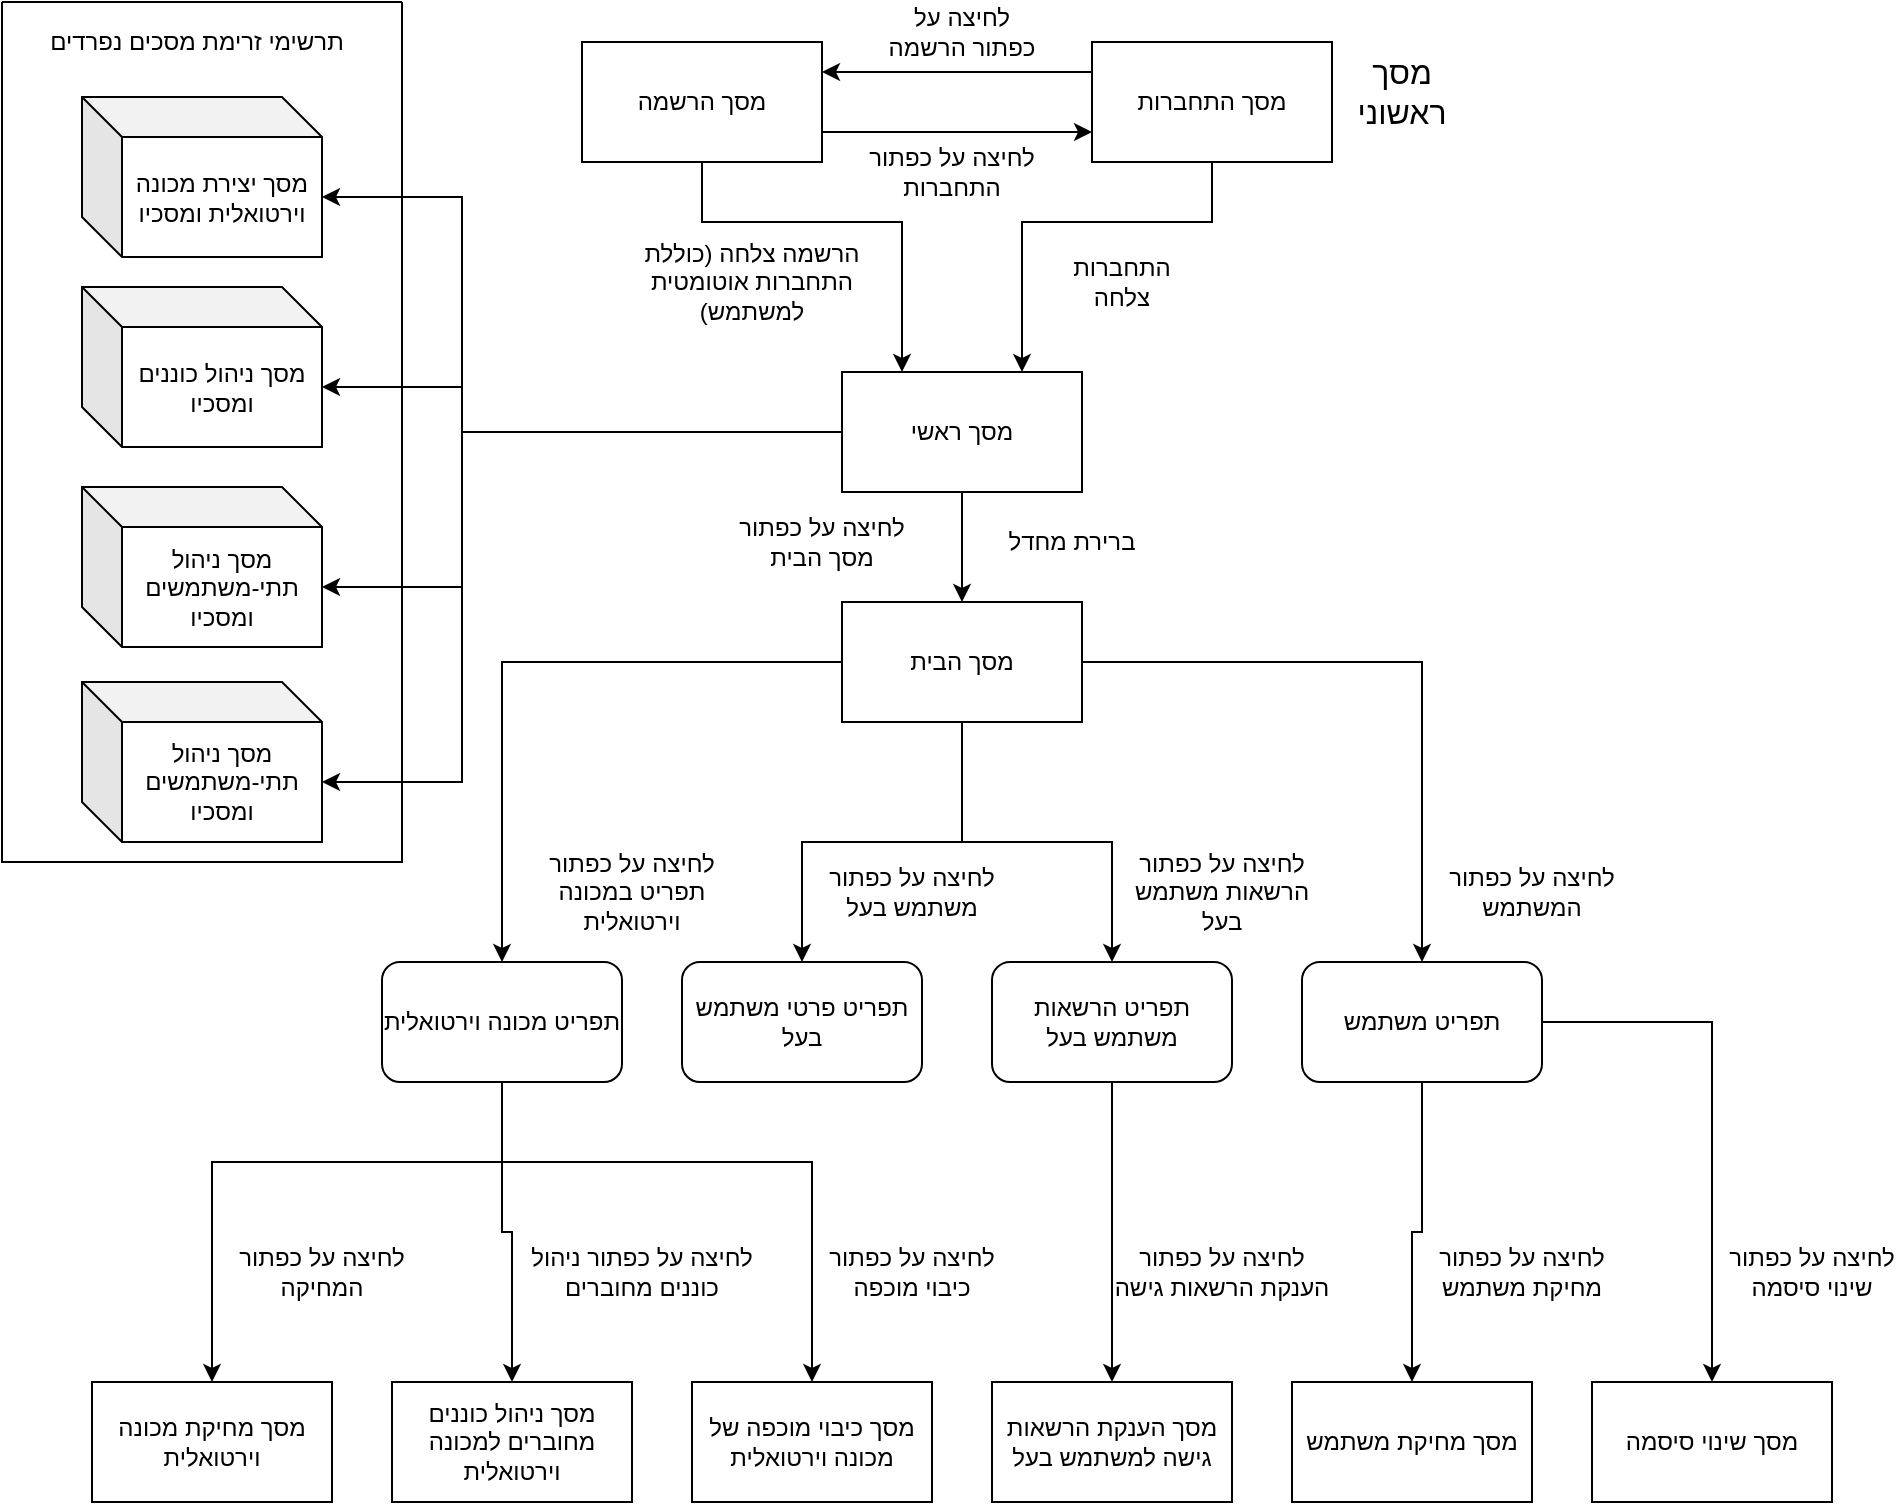
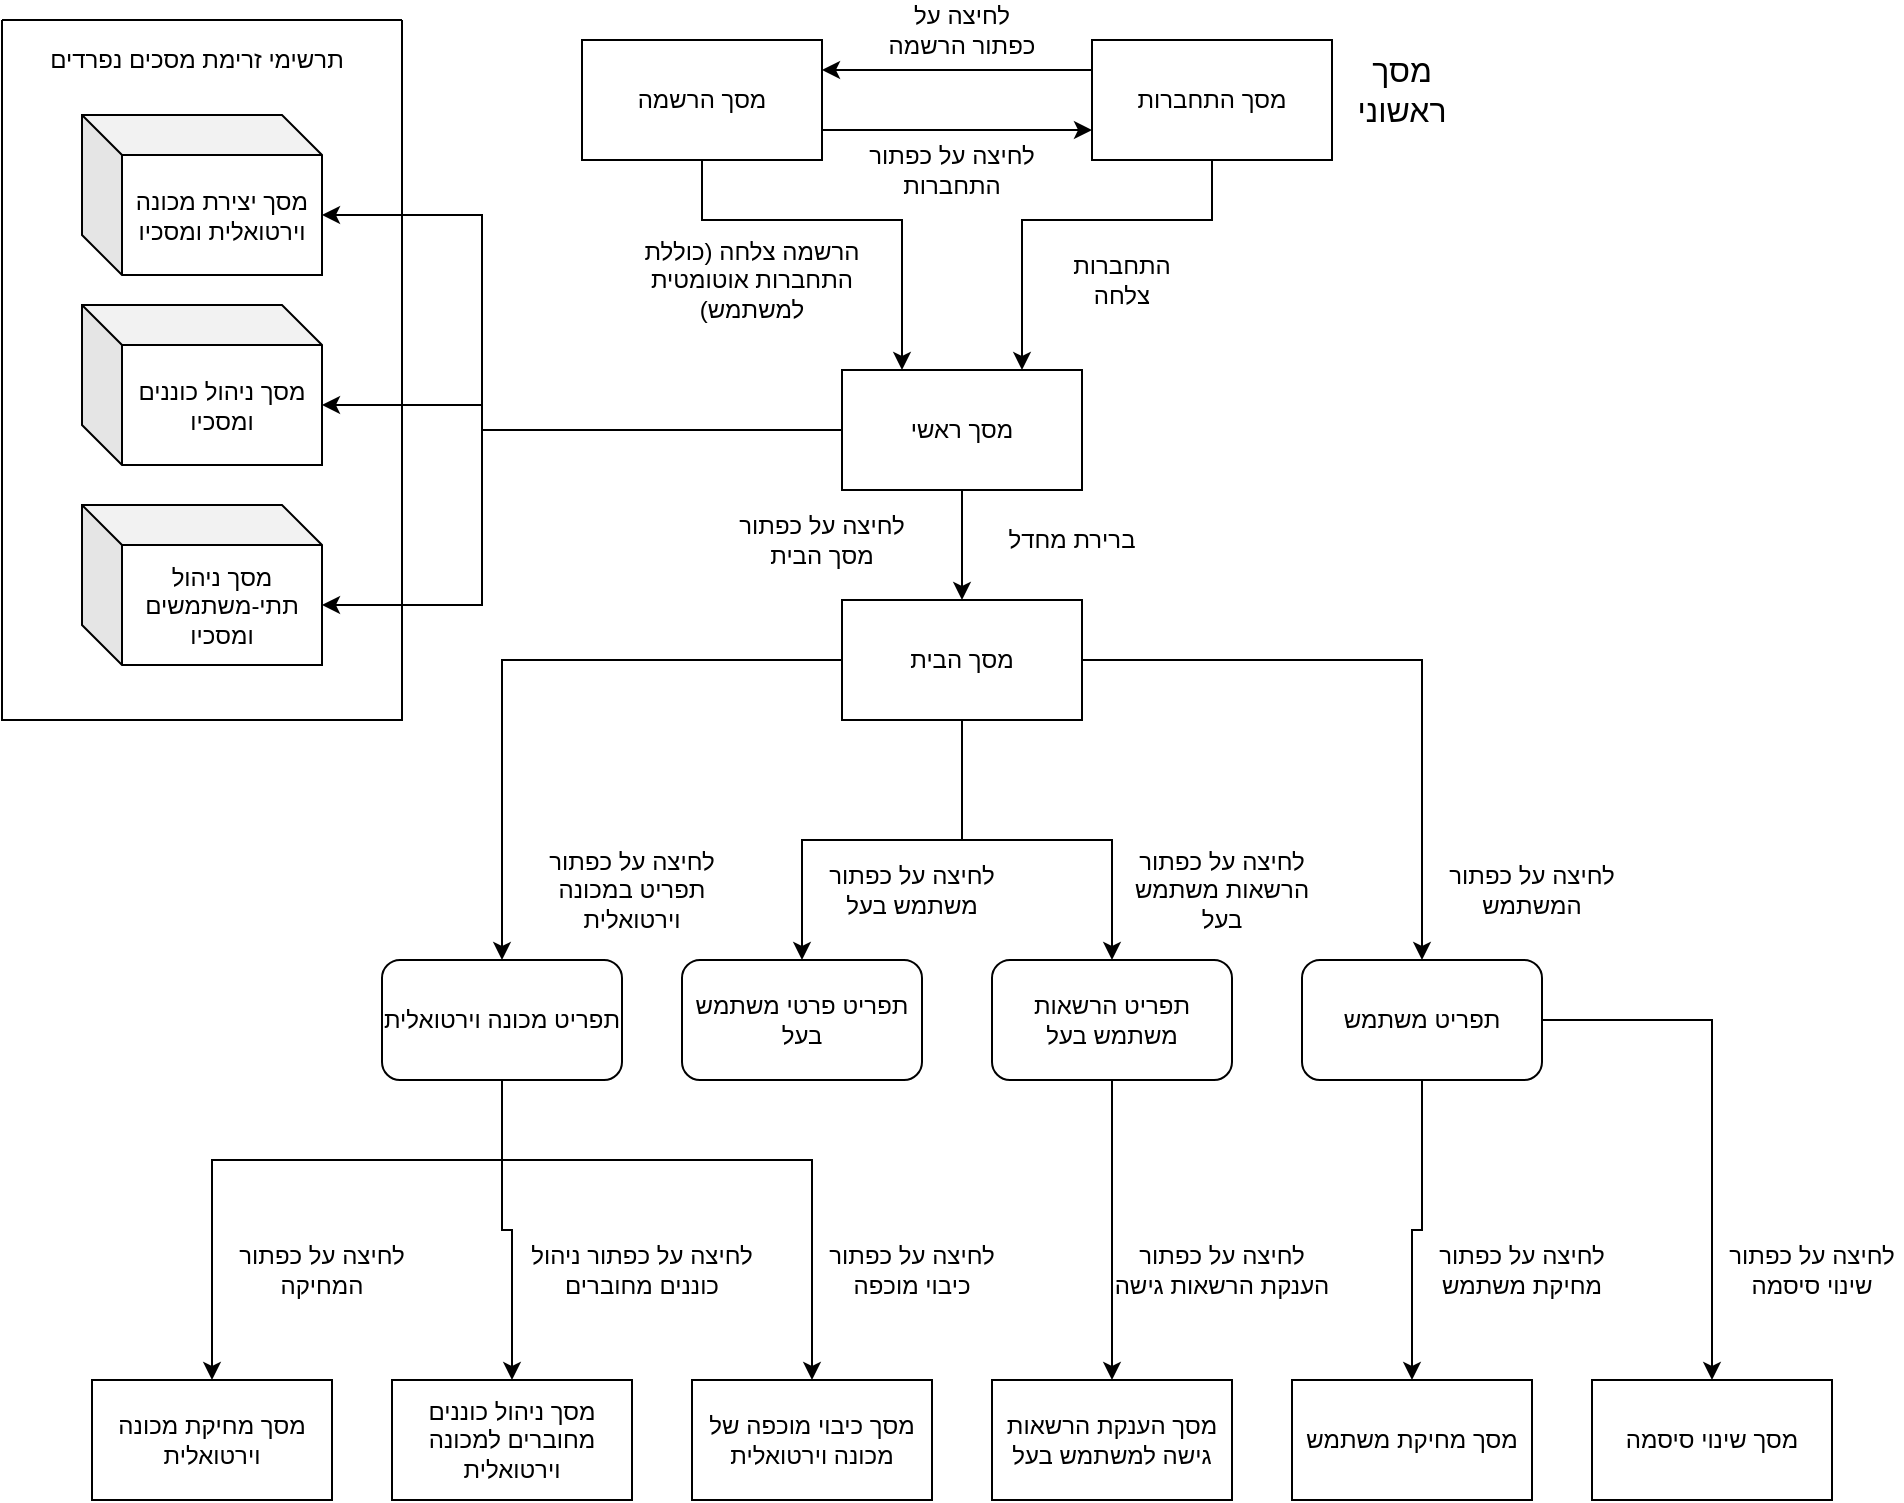
- <mxfile host="app.diagrams.net">
+ <mxfile host="Electron" agent="Mozilla/5.0 (X11; Linux x86_64) AppleWebKit/537.36 (KHTML, like Gecko) draw.io/29.6.1 Chrome/142.0.7444.265 Electron/39.8.9 Safari/537.36" version="29.6.1">
  <diagram name="Page-1" id="vm4KDBKdacqRYPlp-d90">
-     <mxGraphModel dx="2019" dy="661" grid="1" gridSize="10" guides="1" tooltips="1" connect="1" arrows="1" fold="1" page="1" pageScale="1" pageWidth="850" pageHeight="1100" math="0" shadow="0">
+     <mxGraphModel dx="2037" dy="702" grid="1" gridSize="10" guides="1" tooltips="1" connect="1" arrows="1" fold="1" page="1" pageScale="1" pageWidth="850" pageHeight="1100" math="0" shadow="0">
      <root>
        <mxCell id="0" />
        <mxCell id="1" parent="0" />
        <mxCell id="Yq3jS1j8ZDm34-1Xb4UX-23" edge="1" parent="1" source="Yq3jS1j8ZDm34-1Xb4UX-1" style="edgeStyle=orthogonalEdgeStyle;rounded=0;orthogonalLoop=1;jettySize=auto;html=1;exitX=0;exitY=0.25;exitDx=0;exitDy=0;entryX=1;entryY=0.25;entryDx=0;entryDy=0;" target="Yq3jS1j8ZDm34-1Xb4UX-2">
          <mxGeometry relative="1" as="geometry" />
        </mxCell>
        <mxCell id="Yq3jS1j8ZDm34-1Xb4UX-25" edge="1" parent="1" source="Yq3jS1j8ZDm34-1Xb4UX-1" style="edgeStyle=orthogonalEdgeStyle;rounded=0;orthogonalLoop=1;jettySize=auto;html=1;entryX=0.75;entryY=0;entryDx=0;entryDy=0;" target="Yq3jS1j8ZDm34-1Xb4UX-6">
          <mxGeometry relative="1" as="geometry">
            <Array as="points">
              <mxPoint x="365" y="110" />
              <mxPoint x="270" y="110" />
            </Array>
          </mxGeometry>
        </mxCell>
        <mxCell id="Yq3jS1j8ZDm34-1Xb4UX-1" parent="1" style="rounded=0;whiteSpace=wrap;html=1;" value="מסך התחברות" vertex="1">
          <mxGeometry height="60" width="120" x="305" y="20" as="geometry" />
        </mxCell>
        <mxCell id="Yq3jS1j8ZDm34-1Xb4UX-24" edge="1" parent="1" source="Yq3jS1j8ZDm34-1Xb4UX-2" style="edgeStyle=orthogonalEdgeStyle;rounded=0;orthogonalLoop=1;jettySize=auto;html=1;exitX=1;exitY=0.75;exitDx=0;exitDy=0;entryX=0;entryY=0.75;entryDx=0;entryDy=0;" target="Yq3jS1j8ZDm34-1Xb4UX-1">
          <mxGeometry relative="1" as="geometry" />
        </mxCell>
        <mxCell id="Yq3jS1j8ZDm34-1Xb4UX-26" edge="1" parent="1" source="Yq3jS1j8ZDm34-1Xb4UX-2" style="edgeStyle=orthogonalEdgeStyle;rounded=0;orthogonalLoop=1;jettySize=auto;html=1;entryX=0.25;entryY=0;entryDx=0;entryDy=0;" target="Yq3jS1j8ZDm34-1Xb4UX-6">
          <mxGeometry relative="1" as="geometry">
            <Array as="points">
              <mxPoint x="110" y="110" />
              <mxPoint x="210" y="110" />
            </Array>
          </mxGeometry>
        </mxCell>
        <mxCell id="Yq3jS1j8ZDm34-1Xb4UX-2" parent="1" style="rounded=0;whiteSpace=wrap;html=1;" value="מסך הרשמה" vertex="1">
          <mxGeometry height="60" width="120" x="50" y="20" as="geometry" />
        </mxCell>
        <mxCell id="Yq3jS1j8ZDm34-1Xb4UX-5" parent="1" style="text;html=1;whiteSpace=wrap;strokeColor=none;fillColor=none;align=center;verticalAlign=middle;rounded=0;" value="&lt;font style=&quot;font-size: 16px;&quot;&gt;מסך ראשוני&lt;/font&gt;" vertex="1">
          <mxGeometry height="30" width="60" x="430" y="30" as="geometry" />
        </mxCell>
        <mxCell id="Yq3jS1j8ZDm34-1Xb4UX-27" edge="1" parent="1" source="Yq3jS1j8ZDm34-1Xb4UX-6" style="edgeStyle=orthogonalEdgeStyle;rounded=0;orthogonalLoop=1;jettySize=auto;html=1;entryX=0.5;entryY=0;entryDx=0;entryDy=0;" target="Yq3jS1j8ZDm34-1Xb4UX-11">
          <mxGeometry relative="1" as="geometry" />
        </mxCell>
        <mxCell id="Yq3jS1j8ZDm34-1Xb4UX-6" parent="1" style="rounded=0;whiteSpace=wrap;html=1;" value="מסך ראשי" vertex="1">
          <mxGeometry height="60" width="120" x="180" y="185" as="geometry" />
        </mxCell>
        <mxCell id="Yq3jS1j8ZDm34-1Xb4UX-9" parent="1" style="text;html=1;whiteSpace=wrap;strokeColor=none;fillColor=none;align=center;verticalAlign=middle;rounded=0;" value="התחברות צלחה" vertex="1">
          <mxGeometry height="30" width="60" x="290" y="125" as="geometry" />
        </mxCell>
        <mxCell id="Yq3jS1j8ZDm34-1Xb4UX-10" parent="1" style="text;html=1;whiteSpace=wrap;strokeColor=none;fillColor=none;align=center;verticalAlign=middle;rounded=0;" value="הרשמה צלחה (כוללת התחברות אוטומטית למשתמש)" vertex="1">
          <mxGeometry height="30" width="110" x="80" y="125" as="geometry" />
        </mxCell>
        <mxCell id="Yq3jS1j8ZDm34-1Xb4UX-29" edge="1" parent="1" source="Yq3jS1j8ZDm34-1Xb4UX-11" style="edgeStyle=orthogonalEdgeStyle;rounded=0;orthogonalLoop=1;jettySize=auto;html=1;entryX=0.5;entryY=0;entryDx=0;entryDy=0;" target="Yq3jS1j8ZDm34-1Xb4UX-19">
          <mxGeometry relative="1" as="geometry" />
        </mxCell>
        <mxCell id="Yq3jS1j8ZDm34-1Xb4UX-30" edge="1" parent="1" source="Yq3jS1j8ZDm34-1Xb4UX-11" style="edgeStyle=orthogonalEdgeStyle;rounded=0;orthogonalLoop=1;jettySize=auto;html=1;" target="Yq3jS1j8ZDm34-1Xb4UX-17">
          <mxGeometry relative="1" as="geometry" />
        </mxCell>
        <mxCell id="Yq3jS1j8ZDm34-1Xb4UX-35" edge="1" parent="1" source="Yq3jS1j8ZDm34-1Xb4UX-11" style="edgeStyle=orthogonalEdgeStyle;rounded=0;orthogonalLoop=1;jettySize=auto;html=1;entryX=0.5;entryY=0;entryDx=0;entryDy=0;" target="Yq3jS1j8ZDm34-1Xb4UX-20">
          <mxGeometry relative="1" as="geometry" />
        </mxCell>
        <mxCell id="Yq3jS1j8ZDm34-1Xb4UX-38" edge="1" parent="1" source="Yq3jS1j8ZDm34-1Xb4UX-11" style="edgeStyle=orthogonalEdgeStyle;rounded=0;orthogonalLoop=1;jettySize=auto;html=1;entryX=0.5;entryY=0;entryDx=0;entryDy=0;" target="Yq3jS1j8ZDm34-1Xb4UX-36">
          <mxGeometry relative="1" as="geometry" />
        </mxCell>
        <mxCell id="Yq3jS1j8ZDm34-1Xb4UX-11" parent="1" style="rounded=0;whiteSpace=wrap;html=1;" value="מסך הבית" vertex="1">
          <mxGeometry height="60" width="120" x="180" y="300" as="geometry" />
        </mxCell>
        <mxCell id="Yq3jS1j8ZDm34-1Xb4UX-13" parent="1" style="text;html=1;whiteSpace=wrap;strokeColor=none;fillColor=none;align=center;verticalAlign=middle;rounded=0;" value="ברירת מחדל" vertex="1">
          <mxGeometry height="30" width="70" x="260" y="255" as="geometry" />
        </mxCell>
        <mxCell id="Yq3jS1j8ZDm34-1Xb4UX-14" parent="1" style="text;html=1;whiteSpace=wrap;strokeColor=none;fillColor=none;align=center;verticalAlign=middle;rounded=0;" value="לחיצה על כפתור הרשמה" vertex="1">
          <mxGeometry height="30" width="80" x="200" as="geometry" />
        </mxCell>
        <mxCell id="Yq3jS1j8ZDm34-1Xb4UX-15" parent="1" style="text;html=1;whiteSpace=wrap;strokeColor=none;fillColor=none;align=center;verticalAlign=middle;rounded=0;" value="לחיצה על כפתור התחברות" vertex="1">
          <mxGeometry height="30" width="90" x="190" y="70" as="geometry" />
        </mxCell>
        <mxCell id="Yq3jS1j8ZDm34-1Xb4UX-53" edge="1" parent="1" source="Yq3jS1j8ZDm34-1Xb4UX-17" style="edgeStyle=orthogonalEdgeStyle;rounded=0;orthogonalLoop=1;jettySize=auto;html=1;entryX=0.5;entryY=0;entryDx=0;entryDy=0;" target="Yq3jS1j8ZDm34-1Xb4UX-39">
          <mxGeometry relative="1" as="geometry" />
        </mxCell>
        <mxCell id="Yq3jS1j8ZDm34-1Xb4UX-54" edge="1" parent="1" source="Yq3jS1j8ZDm34-1Xb4UX-17" style="edgeStyle=orthogonalEdgeStyle;rounded=0;orthogonalLoop=1;jettySize=auto;html=1;entryX=0.5;entryY=0;entryDx=0;entryDy=0;" target="Yq3jS1j8ZDm34-1Xb4UX-41">
          <mxGeometry relative="1" as="geometry" />
        </mxCell>
        <mxCell id="Yq3jS1j8ZDm34-1Xb4UX-17" parent="1" style="rounded=1;whiteSpace=wrap;html=1;" value="תפריט משתמש" vertex="1">
          <mxGeometry height="60" width="120" x="410" y="480" as="geometry" />
        </mxCell>
        <mxCell id="Yq3jS1j8ZDm34-1Xb4UX-59" edge="1" parent="1" source="Yq3jS1j8ZDm34-1Xb4UX-19" style="edgeStyle=orthogonalEdgeStyle;rounded=0;orthogonalLoop=1;jettySize=auto;html=1;entryX=0.5;entryY=0;entryDx=0;entryDy=0;jumpStyle=arc;" target="Yq3jS1j8ZDm34-1Xb4UX-42">
          <mxGeometry relative="1" as="geometry">
            <Array as="points">
              <mxPoint x="315" y="550" />
              <mxPoint x="315" y="550" />
            </Array>
          </mxGeometry>
        </mxCell>
        <mxCell id="Yq3jS1j8ZDm34-1Xb4UX-19" parent="1" style="rounded=1;whiteSpace=wrap;html=1;" value="תפריט הרשאות משתמש בעל" vertex="1">
          <mxGeometry height="60" width="120" x="255" y="480" as="geometry" />
        </mxCell>
        <mxCell id="Yq3jS1j8ZDm34-1Xb4UX-20" parent="1" style="rounded=1;whiteSpace=wrap;html=1;" value="תפריט פרטי משתמש בעל" vertex="1">
          <mxGeometry height="60" width="120" x="100" y="480" as="geometry" />
        </mxCell>
        <mxCell id="Yq3jS1j8ZDm34-1Xb4UX-31" parent="1" style="text;html=1;whiteSpace=wrap;strokeColor=none;fillColor=none;align=center;verticalAlign=middle;rounded=0;" value="לחיצה על כפתור המשתמש" vertex="1">
          <mxGeometry height="30" width="90" x="480" y="430" as="geometry" />
        </mxCell>
        <mxCell id="Yq3jS1j8ZDm34-1Xb4UX-32" parent="1" style="text;html=1;whiteSpace=wrap;strokeColor=none;fillColor=none;align=center;verticalAlign=middle;rounded=0;" value="לחיצה על כפתור משתמש בעל" vertex="1">
          <mxGeometry height="30" width="90" x="170" y="430" as="geometry" />
        </mxCell>
        <mxCell id="Yq3jS1j8ZDm34-1Xb4UX-33" parent="1" style="text;html=1;whiteSpace=wrap;strokeColor=none;fillColor=none;align=center;verticalAlign=middle;rounded=0;" value="לחיצה על כפתור הרשאות משתמש בעל" vertex="1">
          <mxGeometry height="30" width="100" x="320" y="430" as="geometry" />
        </mxCell>
        <mxCell id="Yq3jS1j8ZDm34-1Xb4UX-64" edge="1" parent="1" source="Yq3jS1j8ZDm34-1Xb4UX-36" style="edgeStyle=orthogonalEdgeStyle;rounded=0;orthogonalLoop=1;jettySize=auto;html=1;entryX=0.5;entryY=0;entryDx=0;entryDy=0;" target="Yq3jS1j8ZDm34-1Xb4UX-43">
          <mxGeometry relative="1" as="geometry">
            <Array as="points">
              <mxPoint x="10" y="580" />
              <mxPoint x="165" y="580" />
            </Array>
          </mxGeometry>
        </mxCell>
        <mxCell id="Yq3jS1j8ZDm34-1Xb4UX-65" edge="1" parent="1" source="Yq3jS1j8ZDm34-1Xb4UX-36" style="edgeStyle=orthogonalEdgeStyle;rounded=0;orthogonalLoop=1;jettySize=auto;html=1;entryX=0.5;entryY=0;entryDx=0;entryDy=0;" target="Yq3jS1j8ZDm34-1Xb4UX-44">
          <mxGeometry relative="1" as="geometry" />
        </mxCell>
        <mxCell id="Yq3jS1j8ZDm34-1Xb4UX-66" edge="1" parent="1" source="Yq3jS1j8ZDm34-1Xb4UX-36" style="edgeStyle=orthogonalEdgeStyle;rounded=0;orthogonalLoop=1;jettySize=auto;html=1;entryX=0.5;entryY=0;entryDx=0;entryDy=0;" target="Yq3jS1j8ZDm34-1Xb4UX-45">
          <mxGeometry relative="1" as="geometry">
            <Array as="points">
              <mxPoint x="10" y="580" />
              <mxPoint x="-135" y="580" />
            </Array>
          </mxGeometry>
        </mxCell>
        <mxCell id="Yq3jS1j8ZDm34-1Xb4UX-36" parent="1" style="rounded=1;whiteSpace=wrap;html=1;" value="תפריט מכונה וירטואלית" vertex="1">
          <mxGeometry height="60" width="120" x="-50" y="480" as="geometry" />
        </mxCell>
        <mxCell id="Yq3jS1j8ZDm34-1Xb4UX-39" parent="1" style="rounded=0;whiteSpace=wrap;html=1;" value="מסך שינוי סיסמה" vertex="1">
          <mxGeometry height="60" width="120" x="555" y="690" as="geometry" />
        </mxCell>
        <mxCell id="Yq3jS1j8ZDm34-1Xb4UX-41" parent="1" style="rounded=0;whiteSpace=wrap;html=1;" value="מסך מחיקת משתמש" vertex="1">
          <mxGeometry height="60" width="120" x="405" y="690" as="geometry" />
        </mxCell>
        <mxCell id="Yq3jS1j8ZDm34-1Xb4UX-42" parent="1" style="rounded=0;whiteSpace=wrap;html=1;" value="מסך הענקת הרשאות גישה למשתמש בעל" vertex="1">
          <mxGeometry height="60" width="120" x="255" y="690" as="geometry" />
        </mxCell>
        <mxCell id="Yq3jS1j8ZDm34-1Xb4UX-43" parent="1" style="rounded=0;whiteSpace=wrap;html=1;" value="מסך כיבוי מוכפה של מכונה וירטואלית" vertex="1">
          <mxGeometry height="60" width="120" x="105" y="690" as="geometry" />
        </mxCell>
        <mxCell id="Yq3jS1j8ZDm34-1Xb4UX-44" parent="1" style="rounded=0;whiteSpace=wrap;html=1;" value="מסך ניהול כוננים מחוברים למכונה וירטואלית" vertex="1">
          <mxGeometry height="60" width="120" x="-45" y="690" as="geometry" />
        </mxCell>
        <mxCell id="Yq3jS1j8ZDm34-1Xb4UX-45" parent="1" style="rounded=0;whiteSpace=wrap;html=1;" value="מסך מחיקת מכונה וירטואלית" vertex="1">
          <mxGeometry height="60" width="120" x="-195" y="690" as="geometry" />
        </mxCell>
        <mxCell id="Yq3jS1j8ZDm34-1Xb4UX-46" parent="1" style="text;html=1;whiteSpace=wrap;strokeColor=none;fillColor=none;align=center;verticalAlign=middle;rounded=0;" value="לחיצה על כפתור תפריט במכונה וירטואלית" vertex="1">
          <mxGeometry height="30" width="110" x="20" y="430" as="geometry" />
        </mxCell>
        <mxCell id="Yq3jS1j8ZDm34-1Xb4UX-55" parent="1" style="text;html=1;whiteSpace=wrap;strokeColor=none;fillColor=none;align=center;verticalAlign=middle;rounded=0;" value="לחיצה על כפתור שינוי סיסמה" vertex="1">
          <mxGeometry height="30" width="90" x="620" y="620" as="geometry" />
        </mxCell>
        <mxCell id="Yq3jS1j8ZDm34-1Xb4UX-58" parent="1" style="text;html=1;whiteSpace=wrap;strokeColor=none;fillColor=none;align=center;verticalAlign=middle;rounded=0;" value="לחיצה על כפתור מחיקת משתמש" vertex="1">
          <mxGeometry height="30" width="100" x="470" y="620" as="geometry" />
        </mxCell>
        <mxCell id="Yq3jS1j8ZDm34-1Xb4UX-60" parent="1" style="text;html=1;whiteSpace=wrap;strokeColor=none;fillColor=none;align=center;verticalAlign=middle;rounded=0;" value="לחיצה על כפתור הענקת הרשאות גישה" vertex="1">
          <mxGeometry height="30" width="110" x="315" y="620" as="geometry" />
        </mxCell>
        <mxCell id="Yq3jS1j8ZDm34-1Xb4UX-67" parent="1" style="text;html=1;whiteSpace=wrap;strokeColor=none;fillColor=none;align=center;verticalAlign=middle;rounded=0;" value="לחיצה על כפתור כיבוי מוכפה" vertex="1">
          <mxGeometry height="30" width="90" x="170" y="620" as="geometry" />
        </mxCell>
        <mxCell id="Yq3jS1j8ZDm34-1Xb4UX-68" parent="1" style="text;html=1;whiteSpace=wrap;strokeColor=none;fillColor=none;align=center;verticalAlign=middle;rounded=0;" value="לחיצה על כפתור ניהול כוננים מחוברים" vertex="1">
          <mxGeometry height="30" width="120" x="20" y="620" as="geometry" />
        </mxCell>
        <mxCell id="Yq3jS1j8ZDm34-1Xb4UX-69" parent="1" style="text;html=1;whiteSpace=wrap;strokeColor=none;fillColor=none;align=center;verticalAlign=middle;rounded=0;" value="לחיצה על כפתור המחיקה" vertex="1">
          <mxGeometry height="30" width="100" x="-130" y="620" as="geometry" />
        </mxCell>
        <mxCell id="Yq3jS1j8ZDm34-1Xb4UX-78" parent="1" style="text;html=1;whiteSpace=wrap;strokeColor=none;fillColor=none;align=center;verticalAlign=middle;rounded=0;" value="לחיצה על כפתור מסך הבית" vertex="1">
          <mxGeometry height="30" width="100" x="120" y="255" as="geometry" />
        </mxCell>
        <mxCell id="Yq3jS1j8ZDm34-1Xb4UX-83" parent="1" style="swimlane;startSize=0;" value="" vertex="1">
-           <mxGeometry height="430" width="200" x="-240" as="geometry" />
+           <mxGeometry height="350" width="200" x="-240" y="10" as="geometry" />
        </mxCell>
        <mxCell id="Yq3jS1j8ZDm34-1Xb4UX-84" parent="Yq3jS1j8ZDm34-1Xb4UX-83" style="text;html=1;whiteSpace=wrap;strokeColor=none;fillColor=none;align=center;verticalAlign=middle;rounded=0;" value="תרשימי זרימת מסכים נפרדים" vertex="1">
          <mxGeometry height="30" width="155" x="20" y="5" as="geometry" />
        </mxCell>
        <mxCell id="Yq3jS1j8ZDm34-1Xb4UX-80" parent="Yq3jS1j8ZDm34-1Xb4UX-83" style="shape=cube;whiteSpace=wrap;html=1;boundedLbl=1;backgroundOutline=1;darkOpacity=0.05;darkOpacity2=0.1;" value="מסך יצירת מכונה וירטואלית ומסכיו" vertex="1">
          <mxGeometry height="80" width="120" x="40" y="47.5" as="geometry" />
        </mxCell>
        <mxCell id="Yq3jS1j8ZDm34-1Xb4UX-81" parent="Yq3jS1j8ZDm34-1Xb4UX-83" style="shape=cube;whiteSpace=wrap;html=1;boundedLbl=1;backgroundOutline=1;darkOpacity=0.05;darkOpacity2=0.1;" value="מסך ניהול כוננים ומסכיו" vertex="1">
          <mxGeometry height="80" width="120" x="40" y="142.5" as="geometry" />
        </mxCell>
        <mxCell id="Yq3jS1j8ZDm34-1Xb4UX-82" parent="Yq3jS1j8ZDm34-1Xb4UX-83" style="shape=cube;whiteSpace=wrap;html=1;boundedLbl=1;backgroundOutline=1;darkOpacity=0.05;darkOpacity2=0.1;" value="מסך ניהול תתי-משתמשים ומסכיו" vertex="1">
          <mxGeometry height="80" width="120" x="40" y="242.5" as="geometry" />
        </mxCell>
-         <mxCell id="Yq3jS1j8ZDm34-1Xb4UX-85" parent="Yq3jS1j8ZDm34-1Xb4UX-83" style="shape=cube;whiteSpace=wrap;html=1;boundedLbl=1;backgroundOutline=1;darkOpacity=0.05;darkOpacity2=0.1;" value="מסך ניהול תתי-משתמשים ומסכיו" vertex="1">
-           <mxGeometry height="80" width="120" x="40" y="340" as="geometry" />
-         </mxCell>
-         <mxCell id="Yq3jS1j8ZDm34-1Xb4UX-86" edge="1" parent="1" source="Yq3jS1j8ZDm34-1Xb4UX-6" style="edgeStyle=orthogonalEdgeStyle;rounded=0;orthogonalLoop=1;jettySize=auto;html=1;entryX=0;entryY=0;entryDx=120;entryDy=50;entryPerimeter=0;" target="Yq3jS1j8ZDm34-1Xb4UX-80">
-           <mxGeometry relative="1" as="geometry">
-             <Array as="points">
-               <mxPoint x="-10" y="215" />
-               <mxPoint x="-10" y="97" />
-             </Array>
-           </mxGeometry>
-         </mxCell>
-         <mxCell id="Yq3jS1j8ZDm34-1Xb4UX-87" edge="1" parent="1" source="Yq3jS1j8ZDm34-1Xb4UX-6" style="edgeStyle=orthogonalEdgeStyle;rounded=0;orthogonalLoop=1;jettySize=auto;html=1;entryX=0;entryY=0;entryDx=120;entryDy=50;entryPerimeter=0;" target="Yq3jS1j8ZDm34-1Xb4UX-81">
-           <mxGeometry relative="1" as="geometry">
-             <Array as="points">
-               <mxPoint x="-10" y="215" />
-               <mxPoint x="-10" y="193" />
-             </Array>
-           </mxGeometry>
-         </mxCell>
-         <mxCell id="Yq3jS1j8ZDm34-1Xb4UX-88" edge="1" parent="1" source="Yq3jS1j8ZDm34-1Xb4UX-6" style="edgeStyle=orthogonalEdgeStyle;rounded=0;orthogonalLoop=1;jettySize=auto;html=1;entryX=0;entryY=0;entryDx=120;entryDy=50;entryPerimeter=0;" target="Yq3jS1j8ZDm34-1Xb4UX-82">
-           <mxGeometry relative="1" as="geometry">
-             <Array as="points">
-               <mxPoint x="-10" y="215" />
-               <mxPoint x="-10" y="293" />
-             </Array>
-           </mxGeometry>
-         </mxCell>
-         <mxCell id="Yq3jS1j8ZDm34-1Xb4UX-89" edge="1" parent="1" source="Yq3jS1j8ZDm34-1Xb4UX-6" style="edgeStyle=orthogonalEdgeStyle;rounded=0;orthogonalLoop=1;jettySize=auto;html=1;entryX=0;entryY=0;entryDx=120;entryDy=50;entryPerimeter=0;" target="Yq3jS1j8ZDm34-1Xb4UX-85">
-           <mxGeometry relative="1" as="geometry">
-             <Array as="points">
-               <mxPoint x="-10" y="215" />
-               <mxPoint x="-10" y="390" />
+         <mxCell id="VJvuOzYjKibgZUn8_A5S-1" edge="1" parent="1" source="Yq3jS1j8ZDm34-1Xb4UX-6" style="edgeStyle=orthogonalEdgeStyle;rounded=0;orthogonalLoop=1;jettySize=auto;html=1;entryX=0;entryY=0;entryDx=120;entryDy=50;entryPerimeter=0;" target="Yq3jS1j8ZDm34-1Xb4UX-81">
+           <mxGeometry relative="1" as="geometry">
+             <Array as="points">
+               <mxPoint y="215" />
+               <mxPoint y="203" />
+             </Array>
+           </mxGeometry>
+         </mxCell>
+         <mxCell id="VJvuOzYjKibgZUn8_A5S-2" edge="1" parent="1" source="Yq3jS1j8ZDm34-1Xb4UX-6" style="edgeStyle=orthogonalEdgeStyle;rounded=0;orthogonalLoop=1;jettySize=auto;html=1;entryX=0;entryY=0;entryDx=120;entryDy=50;entryPerimeter=0;" target="Yq3jS1j8ZDm34-1Xb4UX-80">
+           <mxGeometry relative="1" as="geometry">
+             <Array as="points">
+               <mxPoint y="215" />
+               <mxPoint y="108" />
+             </Array>
+           </mxGeometry>
+         </mxCell>
+         <mxCell id="VJvuOzYjKibgZUn8_A5S-3" edge="1" parent="1" source="Yq3jS1j8ZDm34-1Xb4UX-6" style="edgeStyle=orthogonalEdgeStyle;rounded=0;orthogonalLoop=1;jettySize=auto;html=1;entryX=0;entryY=0;entryDx=120;entryDy=50;entryPerimeter=0;" target="Yq3jS1j8ZDm34-1Xb4UX-82">
+           <mxGeometry relative="1" as="geometry">
+             <Array as="points">
+               <mxPoint y="215" />
+               <mxPoint y="303" />
            </Array>
          </mxGeometry>
        </mxCell>
      </root>
    </mxGraphModel>
  </diagram>
</mxfile>
